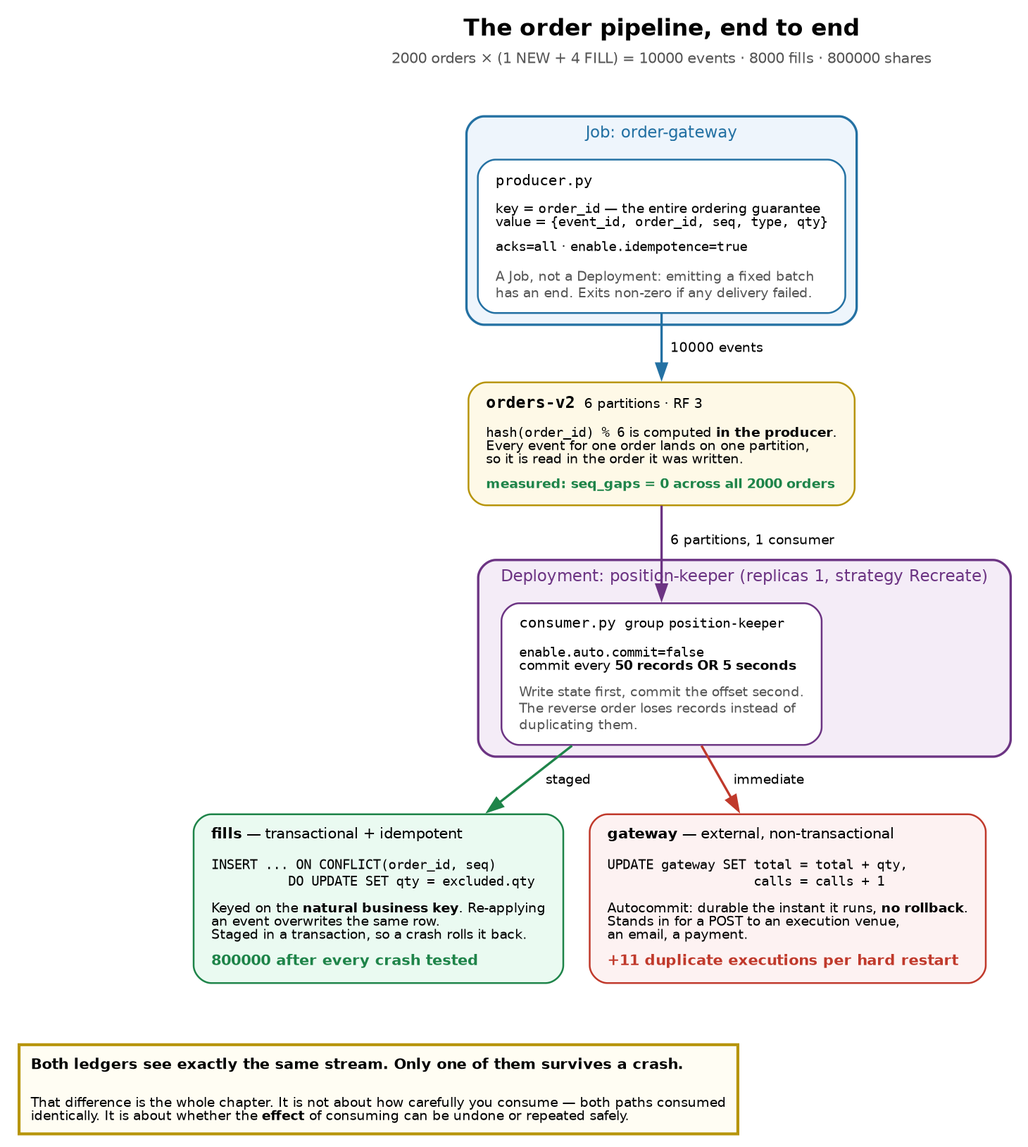
Earlier version of the Graphviz export education/images/ch06_fig1_dataflow.png (fiberoptix/home-lab-setup). Its source is kept beside it as education/diagrams/ch06_fig1_dataflow.dot. Source of this version:
```dot

digraph dataflow {
  rankdir=TB;
  bgcolor="white";
  node  [fontname="Helvetica", fontsize=10, shape=box, style="filled,rounded", penwidth=1.2];
  edge  [fontname="Helvetica", fontsize=9];
  graph [fontname="Helvetica", fontsize=11];

  title [shape=plaintext, style="", fillcolor="none", label=<
    <TABLE BORDER="0" CELLBORDER="0" CELLSPACING="0">
      <TR><TD><FONT POINT-SIZE="16"><B>The order pipeline, end to end</B></FONT></TD></TR>
      <TR><TD><FONT POINT-SIZE="10" COLOR="#555555">2000 orders &#215; (1 NEW + 4 FILL) = 10000 events &#183; 8000 fills &#183; 800000 shares</FONT></TD></TR>
    </TABLE>>];

  subgraph cluster_prod {
    label="  Job: order-gateway  ";
    style="filled,rounded"; fillcolor="#eef5fc"; color="#2471a3"; fontcolor="#2471a3"; penwidth=1.6;

    prod [fillcolor="#ffffff", color="#2471a3", label=<
      <TABLE BORDER="0" CELLBORDER="0" CELLSPACING="0" CELLPADDING="4">
        <TR><TD ALIGN="LEFT" BALIGN="LEFT"><FONT FACE="Courier" POINT-SIZE="10">producer.py</FONT></TD></TR>
        <TR><TD ALIGN="LEFT" BALIGN="LEFT"><FONT POINT-SIZE="9">key = <FONT FACE="Courier">order_id</FONT> &#8212; the entire ordering guarantee<BR/>value = <FONT FACE="Courier">{event_id, order_id, seq, type, qty}</FONT></FONT></TD></TR>
        <TR><TD ALIGN="LEFT" BALIGN="LEFT"><FONT POINT-SIZE="9"><FONT FACE="Courier">acks=all</FONT> &#183; <FONT FACE="Courier">enable.idempotence=true</FONT></FONT></TD></TR>
        <TR><TD ALIGN="LEFT" BALIGN="LEFT"><FONT POINT-SIZE="9" COLOR="#555555">A Job, not a Deployment: emitting a fixed batch<BR/>has an end. Exits non-zero if any delivery failed.</FONT></TD></TR>
      </TABLE>>];
  }

  topic [fillcolor="#fef9e7", color="#b7950b", label=<
    <TABLE BORDER="0" CELLBORDER="0" CELLSPACING="0" CELLPADDING="4">
      <TR><TD ALIGN="LEFT" BALIGN="LEFT"><FONT FACE="Courier" POINT-SIZE="11"><B>orders-v2</B></FONT>  <FONT POINT-SIZE="9">6 partitions &#183; RF 3</FONT></TD></TR>
      <TR><TD ALIGN="LEFT" BALIGN="LEFT"><FONT POINT-SIZE="9"><FONT FACE="Courier">hash(order_id) % 6</FONT> is computed <B>in the producer</B>.<BR/>Every event for one order lands on one partition,<BR/>so it is read in the order it was written.</FONT></TD></TR>
      <TR><TD ALIGN="LEFT" BALIGN="LEFT"><FONT POINT-SIZE="9" COLOR="#1e8449"><B>measured: seq_gaps = 0 across all 2000 orders</B></FONT></TD></TR>
    </TABLE>>];

  subgraph cluster_cons {
    label="  Deployment: position-keeper (replicas 1, strategy Recreate)  ";
    style="filled,rounded"; fillcolor="#f4ecf7"; color="#6c3483"; fontcolor="#6c3483"; penwidth=1.6;

    cons [fillcolor="#ffffff", color="#6c3483", label=<
      <TABLE BORDER="0" CELLBORDER="0" CELLSPACING="0" CELLPADDING="4">
        <TR><TD ALIGN="LEFT" BALIGN="LEFT"><FONT FACE="Courier" POINT-SIZE="10">consumer.py</FONT>  <FONT POINT-SIZE="9">group <FONT FACE="Courier">position-keeper</FONT></FONT></TD></TR>
        <TR><TD ALIGN="LEFT" BALIGN="LEFT"><FONT POINT-SIZE="9"><FONT FACE="Courier">enable.auto.commit=false</FONT><BR/>commit every <B>50 records OR 5 seconds</B></FONT></TD></TR>
        <TR><TD ALIGN="LEFT" BALIGN="LEFT"><FONT POINT-SIZE="9" COLOR="#555555">Write state first, commit the offset second.<BR/>The reverse order loses records instead of<BR/>duplicating them.</FONT></TD></TR>
      </TABLE>>];
  }

  good [fillcolor="#eafaf1", color="#1e8449", label=<
    <TABLE BORDER="0" CELLBORDER="0" CELLSPACING="0" CELLPADDING="4">
      <TR><TD ALIGN="LEFT" BALIGN="LEFT"><B>fills</B> &#8212; transactional + idempotent</TD></TR>
      <TR><TD ALIGN="LEFT" BALIGN="LEFT"><FONT FACE="Courier" POINT-SIZE="9">INSERT ... ON CONFLICT(order_id, seq)<BR/>          DO UPDATE SET qty = excluded.qty</FONT></TD></TR>
      <TR><TD ALIGN="LEFT" BALIGN="LEFT"><FONT POINT-SIZE="9">Keyed on the <B>natural business key</B>. Re-applying<BR/>an event overwrites the same row.<BR/>Staged in a transaction, so a crash rolls it back.</FONT></TD></TR>
      <TR><TD ALIGN="LEFT" BALIGN="LEFT"><FONT POINT-SIZE="10" COLOR="#1e8449"><B>800000 after every crash tested</B></FONT></TD></TR>
    </TABLE>>];

  bad [fillcolor="#fdf2f2", color="#c0392b", label=<
    <TABLE BORDER="0" CELLBORDER="0" CELLSPACING="0" CELLPADDING="4">
      <TR><TD ALIGN="LEFT" BALIGN="LEFT"><B>gateway</B> &#8212; external, non-transactional</TD></TR>
      <TR><TD ALIGN="LEFT" BALIGN="LEFT"><FONT FACE="Courier" POINT-SIZE="9">UPDATE gateway SET total = total + qty,<BR/>                   calls = calls + 1</FONT></TD></TR>
      <TR><TD ALIGN="LEFT" BALIGN="LEFT"><FONT POINT-SIZE="9">Autocommit: durable the instant it runs, <B>no rollback</B>.<BR/>Stands in for a POST to an execution venue,<BR/>an email, a payment.</FONT></TD></TR>
      <TR><TD ALIGN="LEFT" BALIGN="LEFT"><FONT POINT-SIZE="10" COLOR="#c0392b"><B>+11 duplicate executions per hard restart</B></FONT></TD></TR>
    </TABLE>>];

  note [shape=plaintext, style="", fillcolor="none", label=<
    <TABLE BORDER="2" CELLBORDER="0" CELLSPACING="0" CELLPADDING="7" COLOR="#b7950b" BGCOLOR="#fffdf3">
      <TR><TD ALIGN="LEFT" BALIGN="LEFT"><B>Both ledgers see exactly the same stream. Only one of them survives a crash.</B></TD></TR>
      <TR><TD ALIGN="LEFT" BALIGN="LEFT"><FONT POINT-SIZE="9">That difference is the whole chapter. It is not about how carefully you consume &#8212; both paths consumed<BR/>identically. It is about whether the <B>effect</B> of consuming can be undone or repeated safely.</FONT></TD></TR>
    </TABLE>>];

  title -> prod [style=invis];
  prod  -> topic [color="#2471a3", penwidth=1.6, label="  10000 events  "];
  topic -> cons  [color="#6c3483", penwidth=1.6, label="  6 partitions, 1 consumer  "];
  cons  -> good  [color="#1e8449", penwidth=1.6, label="  staged  "];
  cons  -> bad   [color="#c0392b", penwidth=1.6, label="  immediate  "];
  good  -> note  [style=invis];
}
```
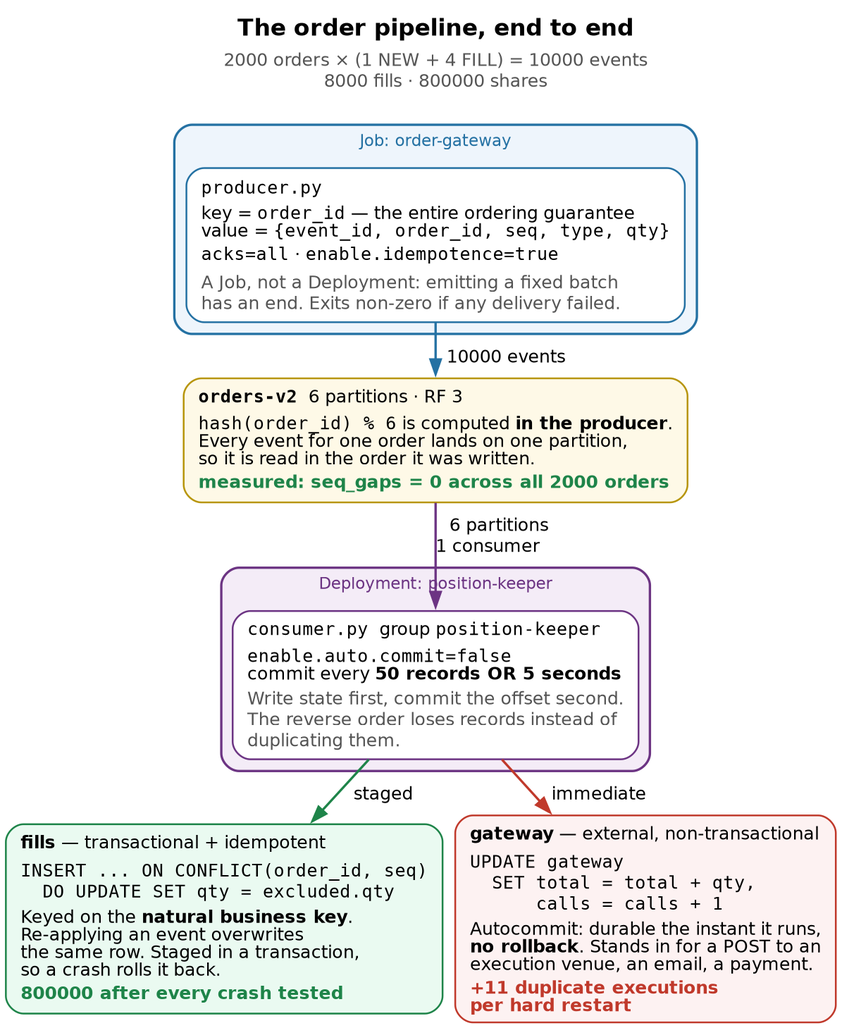
After the change.

Diff of the diagram source:
```diff
@@ -1,15 +1,17 @@
 
 digraph dataflow {
+  nodesep=0.12;
+  ranksep=0.2;
   rankdir=TB;
   bgcolor="white";
-  node  [fontname="Helvetica", fontsize=10, shape=box, style="filled,rounded", penwidth=1.2];
-  edge  [fontname="Helvetica", fontsize=9];
+  node  [fontname="Helvetica", fontsize=12, shape=box, style="filled,rounded", penwidth=1.2];
+  edge  [fontname="Helvetica", fontsize=12];
   graph [fontname="Helvetica", fontsize=11];
 
   title [shape=plaintext, style="", fillcolor="none", label=<
     <TABLE BORDER="0" CELLBORDER="0" CELLSPACING="0">
       <TR><TD><FONT POINT-SIZE="16"><B>The order pipeline, end to end</B></FONT></TD></TR>
-      <TR><TD><FONT POINT-SIZE="10" COLOR="#555555">2000 orders &#215; (1 NEW + 4 FILL) = 10000 events &#183; 8000 fills &#183; 800000 shares</FONT></TD></TR>
+      <TR><TD><FONT POINT-SIZE="12" COLOR="#555555">2000 orders &#215; (1 NEW + 4 FILL) = 10000 events<BR/>8000 fills &#183; 800000 shares</FONT></TD></TR>
     </TABLE>>];
 
   subgraph cluster_prod {
@@ -17,59 +19,52 @@
     style="filled,rounded"; fillcolor="#eef5fc"; color="#2471a3"; fontcolor="#2471a3"; penwidth=1.6;
 
     prod [fillcolor="#ffffff", color="#2471a3", label=<
-      <TABLE BORDER="0" CELLBORDER="0" CELLSPACING="0" CELLPADDING="4">
-        <TR><TD ALIGN="LEFT" BALIGN="LEFT"><FONT FACE="Courier" POINT-SIZE="10">producer.py</FONT></TD></TR>
-        <TR><TD ALIGN="LEFT" BALIGN="LEFT"><FONT POINT-SIZE="9">key = <FONT FACE="Courier">order_id</FONT> &#8212; the entire ordering guarantee<BR/>value = <FONT FACE="Courier">{event_id, order_id, seq, type, qty}</FONT></FONT></TD></TR>
-        <TR><TD ALIGN="LEFT" BALIGN="LEFT"><FONT POINT-SIZE="9"><FONT FACE="Courier">acks=all</FONT> &#183; <FONT FACE="Courier">enable.idempotence=true</FONT></FONT></TD></TR>
-        <TR><TD ALIGN="LEFT" BALIGN="LEFT"><FONT POINT-SIZE="9" COLOR="#555555">A Job, not a Deployment: emitting a fixed batch<BR/>has an end. Exits non-zero if any delivery failed.</FONT></TD></TR>
+      <TABLE BORDER="0" CELLBORDER="0" CELLSPACING="0" CELLPADDING="2">
+        <TR><TD ALIGN="LEFT" BALIGN="LEFT"><FONT FACE="Courier" POINT-SIZE="12">producer.py</FONT></TD></TR>
+        <TR><TD ALIGN="LEFT" BALIGN="LEFT"><FONT POINT-SIZE="12">key = <FONT FACE="Courier">order_id</FONT> &#8212; the entire ordering guarantee<BR/>value = <FONT FACE="Courier">{event_id, order_id, seq, type, qty}</FONT></FONT></TD></TR>
+        <TR><TD ALIGN="LEFT" BALIGN="LEFT"><FONT POINT-SIZE="12"><FONT FACE="Courier">acks=all</FONT> &#183; <FONT FACE="Courier">enable.idempotence=true</FONT></FONT></TD></TR>
+        <TR><TD ALIGN="LEFT" BALIGN="LEFT"><FONT POINT-SIZE="12" COLOR="#555555">A Job, not a Deployment: emitting a fixed batch<BR/>has an end. Exits non-zero if any delivery failed.</FONT></TD></TR>
       </TABLE>>];
   }
 
   topic [fillcolor="#fef9e7", color="#b7950b", label=<
-    <TABLE BORDER="0" CELLBORDER="0" CELLSPACING="0" CELLPADDING="4">
-      <TR><TD ALIGN="LEFT" BALIGN="LEFT"><FONT FACE="Courier" POINT-SIZE="11"><B>orders-v2</B></FONT>  <FONT POINT-SIZE="9">6 partitions &#183; RF 3</FONT></TD></TR>
-      <TR><TD ALIGN="LEFT" BALIGN="LEFT"><FONT POINT-SIZE="9"><FONT FACE="Courier">hash(order_id) % 6</FONT> is computed <B>in the producer</B>.<BR/>Every event for one order lands on one partition,<BR/>so it is read in the order it was written.</FONT></TD></TR>
-      <TR><TD ALIGN="LEFT" BALIGN="LEFT"><FONT POINT-SIZE="9" COLOR="#1e8449"><B>measured: seq_gaps = 0 across all 2000 orders</B></FONT></TD></TR>
+    <TABLE BORDER="0" CELLBORDER="0" CELLSPACING="0" CELLPADDING="2">
+      <TR><TD ALIGN="LEFT" BALIGN="LEFT"><FONT FACE="Courier" POINT-SIZE="12"><B>orders-v2</B></FONT>  <FONT POINT-SIZE="12">6 partitions &#183; RF 3</FONT></TD></TR>
+      <TR><TD ALIGN="LEFT" BALIGN="LEFT"><FONT POINT-SIZE="12"><FONT FACE="Courier">hash(order_id) % 6</FONT> is computed <B>in the producer</B>.<BR/>Every event for one order lands on one partition,<BR/>so it is read in the order it was written.</FONT></TD></TR>
+      <TR><TD ALIGN="LEFT" BALIGN="LEFT"><FONT POINT-SIZE="12" COLOR="#1e8449"><B>measured: seq_gaps = 0 across all 2000 orders</B></FONT></TD></TR>
     </TABLE>>];
 
   subgraph cluster_cons {
-    label="  Deployment: position-keeper (replicas 1, strategy Recreate)  ";
+    label="  Deployment: position-keeper  ";
     style="filled,rounded"; fillcolor="#f4ecf7"; color="#6c3483"; fontcolor="#6c3483"; penwidth=1.6;
 
     cons [fillcolor="#ffffff", color="#6c3483", label=<
-      <TABLE BORDER="0" CELLBORDER="0" CELLSPACING="0" CELLPADDING="4">
-        <TR><TD ALIGN="LEFT" BALIGN="LEFT"><FONT FACE="Courier" POINT-SIZE="10">consumer.py</FONT>  <FONT POINT-SIZE="9">group <FONT FACE="Courier">position-keeper</FONT></FONT></TD></TR>
-        <TR><TD ALIGN="LEFT" BALIGN="LEFT"><FONT POINT-SIZE="9"><FONT FACE="Courier">enable.auto.commit=false</FONT><BR/>commit every <B>50 records OR 5 seconds</B></FONT></TD></TR>
-        <TR><TD ALIGN="LEFT" BALIGN="LEFT"><FONT POINT-SIZE="9" COLOR="#555555">Write state first, commit the offset second.<BR/>The reverse order loses records instead of<BR/>duplicating them.</FONT></TD></TR>
+      <TABLE BORDER="0" CELLBORDER="0" CELLSPACING="0" CELLPADDING="2">
+        <TR><TD ALIGN="LEFT" BALIGN="LEFT"><FONT FACE="Courier" POINT-SIZE="12">consumer.py</FONT>  <FONT POINT-SIZE="12">group <FONT FACE="Courier">position-keeper</FONT></FONT></TD></TR>
+        <TR><TD ALIGN="LEFT" BALIGN="LEFT"><FONT POINT-SIZE="12"><FONT FACE="Courier">enable.auto.commit=false</FONT><BR/>commit every <B>50 records OR 5 seconds</B></FONT></TD></TR>
+        <TR><TD ALIGN="LEFT" BALIGN="LEFT"><FONT POINT-SIZE="12" COLOR="#555555">Write state first, commit the offset second.<BR/>The reverse order loses records instead of<BR/>duplicating them.</FONT></TD></TR>
       </TABLE>>];
   }
 
   good [fillcolor="#eafaf1", color="#1e8449", label=<
-    <TABLE BORDER="0" CELLBORDER="0" CELLSPACING="0" CELLPADDING="4">
+    <TABLE BORDER="0" CELLBORDER="0" CELLSPACING="0" CELLPADDING="2">
       <TR><TD ALIGN="LEFT" BALIGN="LEFT"><B>fills</B> &#8212; transactional + idempotent</TD></TR>
-      <TR><TD ALIGN="LEFT" BALIGN="LEFT"><FONT FACE="Courier" POINT-SIZE="9">INSERT ... ON CONFLICT(order_id, seq)<BR/>          DO UPDATE SET qty = excluded.qty</FONT></TD></TR>
-      <TR><TD ALIGN="LEFT" BALIGN="LEFT"><FONT POINT-SIZE="9">Keyed on the <B>natural business key</B>. Re-applying<BR/>an event overwrites the same row.<BR/>Staged in a transaction, so a crash rolls it back.</FONT></TD></TR>
-      <TR><TD ALIGN="LEFT" BALIGN="LEFT"><FONT POINT-SIZE="10" COLOR="#1e8449"><B>800000 after every crash tested</B></FONT></TD></TR>
+      <TR><TD ALIGN="LEFT" BALIGN="LEFT"><FONT FACE="Courier" POINT-SIZE="12">INSERT ... ON CONFLICT(order_id, seq)<BR/>  DO UPDATE SET qty = excluded.qty</FONT></TD></TR>
+      <TR><TD ALIGN="LEFT" BALIGN="LEFT"><FONT POINT-SIZE="12">Keyed on the <B>natural business key</B>.<BR/>Re-applying an event overwrites<BR/>the same row. Staged in a transaction,<BR/>so a crash rolls it back.</FONT></TD></TR>
+      <TR><TD ALIGN="LEFT" BALIGN="LEFT"><FONT POINT-SIZE="12" COLOR="#1e8449"><B>800000 after every crash tested</B></FONT></TD></TR>
     </TABLE>>];
 
   bad [fillcolor="#fdf2f2", color="#c0392b", label=<
-    <TABLE BORDER="0" CELLBORDER="0" CELLSPACING="0" CELLPADDING="4">
+    <TABLE BORDER="0" CELLBORDER="0" CELLSPACING="0" CELLPADDING="2">
       <TR><TD ALIGN="LEFT" BALIGN="LEFT"><B>gateway</B> &#8212; external, non-transactional</TD></TR>
-      <TR><TD ALIGN="LEFT" BALIGN="LEFT"><FONT FACE="Courier" POINT-SIZE="9">UPDATE gateway SET total = total + qty,<BR/>                   calls = calls + 1</FONT></TD></TR>
-      <TR><TD ALIGN="LEFT" BALIGN="LEFT"><FONT POINT-SIZE="9">Autocommit: durable the instant it runs, <B>no rollback</B>.<BR/>Stands in for a POST to an execution venue,<BR/>an email, a payment.</FONT></TD></TR>
-      <TR><TD ALIGN="LEFT" BALIGN="LEFT"><FONT POINT-SIZE="10" COLOR="#c0392b"><B>+11 duplicate executions per hard restart</B></FONT></TD></TR>
-    </TABLE>>];
-
-  note [shape=plaintext, style="", fillcolor="none", label=<
-    <TABLE BORDER="2" CELLBORDER="0" CELLSPACING="0" CELLPADDING="7" COLOR="#b7950b" BGCOLOR="#fffdf3">
-      <TR><TD ALIGN="LEFT" BALIGN="LEFT"><B>Both ledgers see exactly the same stream. Only one of them survives a crash.</B></TD></TR>
-      <TR><TD ALIGN="LEFT" BALIGN="LEFT"><FONT POINT-SIZE="9">That difference is the whole chapter. It is not about how carefully you consume &#8212; both paths consumed<BR/>identically. It is about whether the <B>effect</B> of consuming can be undone or repeated safely.</FONT></TD></TR>
+      <TR><TD ALIGN="LEFT" BALIGN="LEFT"><FONT FACE="Courier" POINT-SIZE="12">UPDATE gateway<BR/>  SET total = total + qty,<BR/>      calls = calls + 1</FONT></TD></TR>
+      <TR><TD ALIGN="LEFT" BALIGN="LEFT"><FONT POINT-SIZE="12">Autocommit: durable the instant it runs,<BR/><B>no rollback</B>. Stands in for a POST to an<BR/>execution venue, an email, a payment.</FONT></TD></TR>
+      <TR><TD ALIGN="LEFT" BALIGN="LEFT"><FONT POINT-SIZE="12" COLOR="#c0392b"><B>+11 duplicate executions<BR/>per hard restart</B></FONT></TD></TR>
     </TABLE>>];
 
   title -> prod [style=invis];
   prod  -> topic [color="#2471a3", penwidth=1.6, label="  10000 events  "];
-  topic -> cons  [color="#6c3483", penwidth=1.6, label="  6 partitions, 1 consumer  "];
+  topic -> cons  [color="#6c3483", penwidth=1.6, label="  6 partitions\n1 consumer  "];
   cons  -> good  [color="#1e8449", penwidth=1.6, label="  staged  "];
   cons  -> bad   [color="#c0392b", penwidth=1.6, label="  immediate  "];
-  good  -> note  [style=invis];
 }
```
